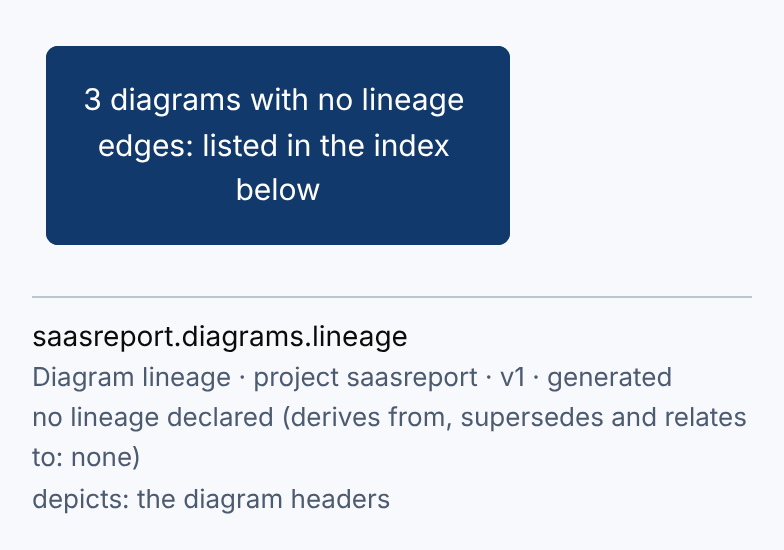
SaasReport/landing keeps this Mermaid diagram as docs/diagrams/lineage.png. Above is the earlier version. Its source is kept beside it as docs/diagrams/lineage.mmd.
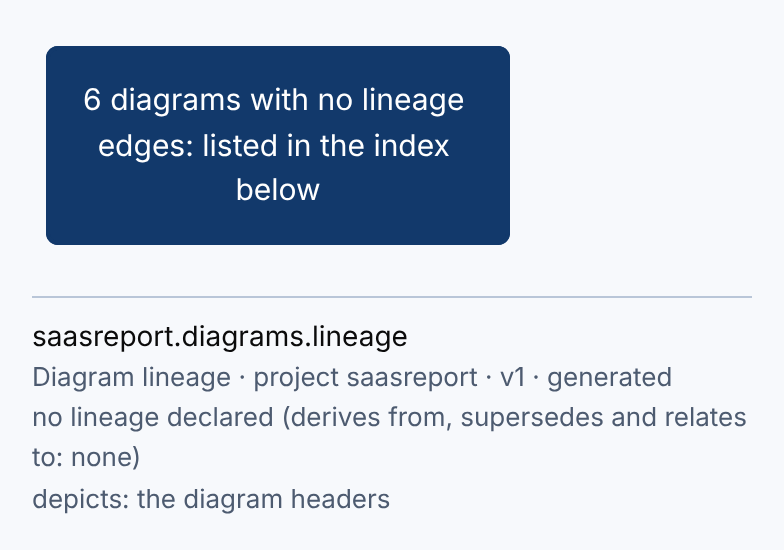
Above is the later version.

Diff of the diagram source:
```diff
@@ -1,6 +1,6 @@
 %%{init: {"theme":"base","themeVariables":{"fontFamily":"Inter, Arial, sans-serif","fontSize":"15px","textColor":"#0B0B0B","stateLabelColor":"#0B0B0B","transitionLabelColor":"#0B0B0B","background":"#F7F9FC","primaryColor":"#FFFFFF","primaryTextColor":"#0B0B0B","primaryBorderColor":"#0B0B0B","lineColor":"#4D5B70","secondaryColor":"#EDF1F6","tertiaryColor":"#F7F9FC","clusterBkg":"#EDF1F6","clusterBorder":"#B9C6D8","edgeLabelBackground":"#F7F9FC","titleColor":"#0B0B0B","actorBkg":"#0B0B0B","actorBorder":"#0B0B0B","actorTextColor":"#FFFFFF","actorLineColor":"#B9C6D8","signalColor":"#0B0B0B","signalTextColor":"#0B0B0B","labelBoxBkgColor":"#F7F9FC","labelBoxBorderColor":"#B9C6D8","noteBkgColor":"#EEF3F9","noteBorderColor":"#6F9BD8","sequenceNumberColor":"#FFFFFF","stateBkg":"#FFFFFF","stateBorder":"#0B0B0B","transitionColor":"#4D5B70","specialStateColor":"#12396B"}}}%%
 flowchart TB
-  alone("3 diagrams with no lineage edges: listed in the index below")
+  alone("6 diagrams with no lineage edges: listed in the index below")
   class alone accent
   classDef accent fill:#12396B,stroke:#12396B,color:#FFFFFF,stroke-width:2px
   classDef muted fill:#FFFFFF,stroke:#B9C6D8,color:#4D5B70,stroke-dasharray:4 3
```
